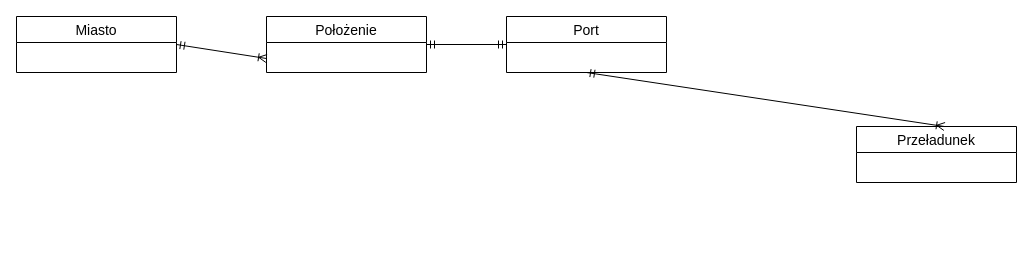
Above: portyv2Martin.drawio in finalkiwii/databases-umbrellas (draw.io), before the change. Source tidied: cells renumbered, new cells numbered last; positions are measured from the earlier drawing's top-left corner, leaving out a move shared by most shapes. Both pictures are drawn from the tidied source at 100%, with x=0, y=0 at pixel (16, 16).
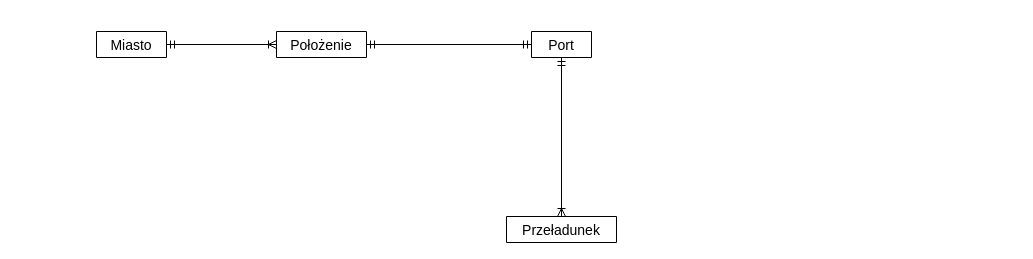
Above is the later version.

What changed in the source:
```diff
@@
 <mxGraphModel>
   <root>
     <mxCell id="0" />
     <mxCell id="1" parent="0" />
-    <mxCell id="2" value="Miasto" style="swimlane;fontStyle=0;horizontal=1;startSize=26;align=center;fontSize=14;" parent="1" vertex="1">
-      <mxGeometry width="160" height="56" as="geometry" />
+    <mxCell id="2" value="Miasto" style="swimlane;fontStyle=0;horizontal=1;startSize=26;align=center;fontSize=14;" parent="1" vertex="1" collapsed="1">
+      <mxGeometry x="80" y="15" width="70" height="26" as="geometry" />
     </mxCell>
-    <mxCell id="3" value="Port" style="swimlane;fontStyle=0;horizontal=1;startSize=26;align=center;fontSize=14;" parent="1" vertex="1">
-      <mxGeometry x="490" width="160" height="56" as="geometry" />
+    <mxCell id="3" value="Port" style="swimlane;fontStyle=0;horizontal=1;startSize=26;align=center;fontSize=14;" parent="1" vertex="1" collapsed="1">
+      <mxGeometry x="515" y="15" width="60" height="26" as="geometry" />
     </mxCell>
-    <mxCell id="4" value="Przeładunek" style="swimlane;fontStyle=0;horizontal=1;startSize=26;align=center;fontSize=14;" parent="1" vertex="1">
-      <mxGeometry x="840" y="110" width="160" height="56" as="geometry" />
+    <mxCell id="4" value="Przeładunek" style="swimlane;fontStyle=0;horizontal=1;startSize=26;align=center;fontSize=14;" parent="1" vertex="1" collapsed="1">
+      <mxGeometry x="490" y="200" width="110" height="26" as="geometry" />
     </mxCell>
-    <mxCell id="5" value="Położenie" style="swimlane;fontStyle=0;horizontal=1;startSize=26;align=center;fontSize=14;" parent="1" vertex="1">
-      <mxGeometry x="250" width="160" height="56" as="geometry" />
+    <mxCell id="5" value="Położenie" style="swimlane;fontStyle=0;horizontal=1;startSize=26;align=center;fontSize=14;" parent="1" vertex="1" collapsed="1">
+      <mxGeometry x="260" y="15" width="90" height="26" as="geometry" />
     </mxCell>
-    <mxCell id="6" style="fontSize=12;html=1;endArrow=ERoneToMany;startArrow=ERmandOne;exitX=1;exitY=0.5;exitDx=0;exitDy=0;entryX=0;entryY=0.75;entryDx=0;entryDy=0;" parent="1" edge="1" source="2" target="5">
+    <mxCell id="6" style="fontSize=12;html=1;endArrow=ERoneToMany;startArrow=ERmandOne;entryX=0;entryY=0.5;entryDx=0;entryDy=0;exitX=1;exitY=0.5;exitDx=0;exitDy=0;" parent="1" edge="1" source="2" target="5">
       <mxGeometry relative="1" as="geometry" />
     </mxCell>
     <mxCell id="7" style="fontSize=12;html=1;endArrow=ERmandOne;startArrow=ERmandOne;exitX=1;exitY=0.5;exitDx=0;exitDy=0;entryX=0;entryY=0.5;entryDx=0;entryDy=0;" parent="1" edge="1" source="5" target="3">
       <mxGeometry relative="1" as="geometry" />
     </mxCell>
-    <mxCell id="8" style="fontSize=12;html=1;endArrow=ERoneToMany;startArrow=ERmandOne;exitX=0.5;exitY=1;exitDx=0;exitDy=0;entryX=0.55;entryY=0;entryDx=0;entryDy=0;entryPerimeter=0;" parent="1" edge="1" source="3" target="4">
+    <mxCell id="8" style="fontSize=12;html=1;endArrow=ERoneToMany;startArrow=ERmandOne;exitX=0.5;exitY=1;exitDx=0;exitDy=0;entryX=0.5;entryY=0;entryDx=0;entryDy=0;" parent="1" edge="1" source="3" target="4">
       <mxGeometry relative="1" as="geometry" />
     </mxCell>
   </root>
 </mxGraphModel>
```
